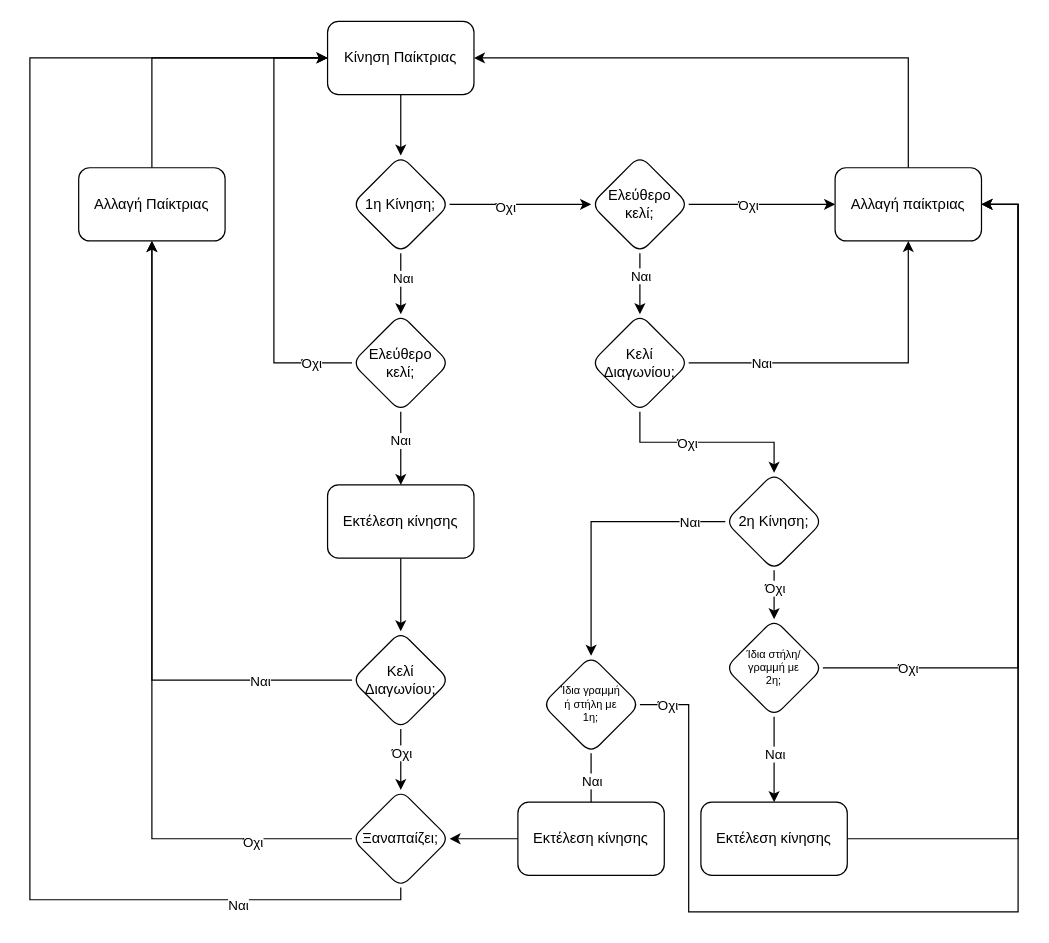
zisissour/CEID-Algorithmic-Game-Theory-2023 keeps this draw.io diagram as Exercise 1/Flowcharts/Ex_1_Part_1_flowchart.drawio. Above is the earlier version. Source tidied: cells renumbered, new cells numbered last; positions are measured from the earlier drawing's top-left corner, leaving out a move shared by most shapes. Both pictures are drawn from the tidied source at 122%, with x=0, y=0 at pixel (29, 21).
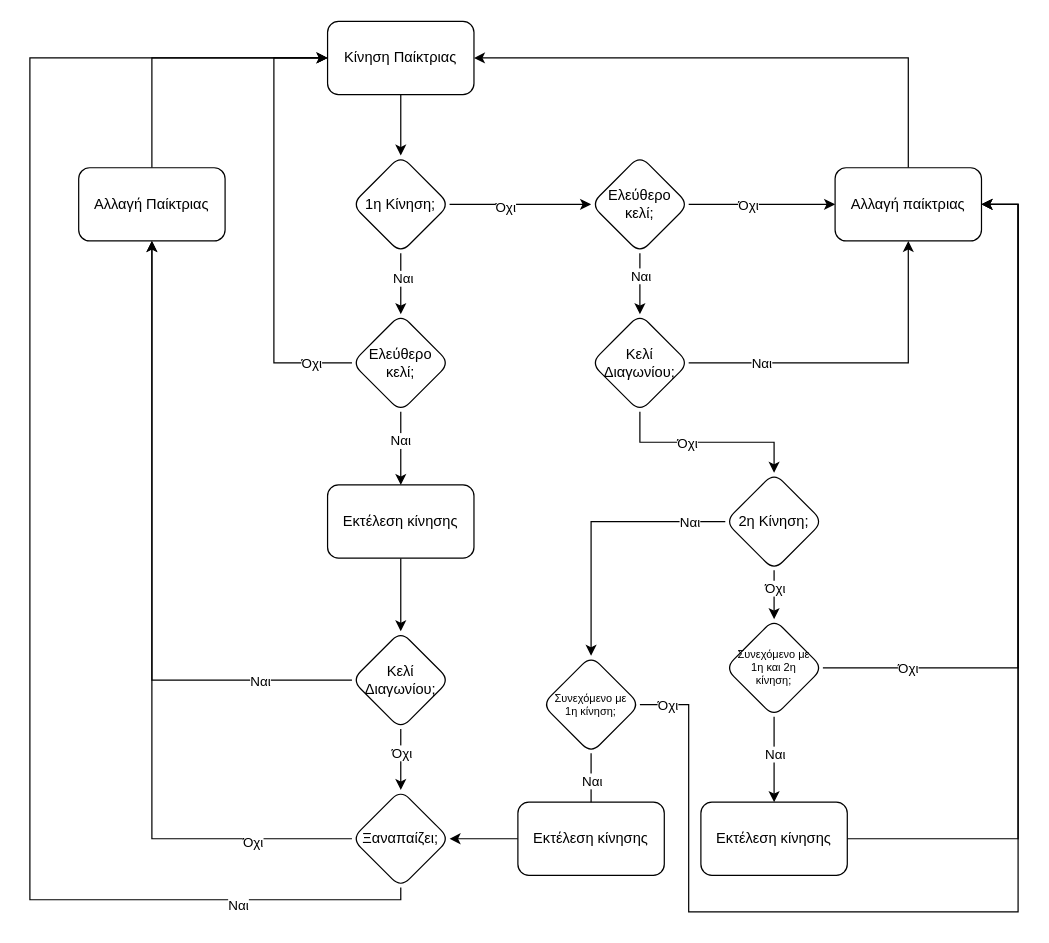
The same page after the edit.

Diff of the diagram source:
```diff
@@
-    <mxCell id="49" value="&lt;div style=&quot;font-size: 9px;&quot;&gt;&lt;font style=&quot;font-size: 9px;&quot;&gt;Ίδια γραμμή&lt;/font&gt;&lt;/div&gt;&lt;div style=&quot;font-size: 9px;&quot;&gt;&lt;font style=&quot;font-size: 9px;&quot;&gt;ή στήλη με &lt;br style=&quot;font-size: 9px;&quot;&gt;&lt;/font&gt;&lt;/div&gt;&lt;div style=&quot;font-size: 9px;&quot;&gt;&lt;font style=&quot;font-size: 9px;&quot;&gt;1η;&lt;font style=&quot;font-size: 9px;&quot;&gt;&lt;font style=&quot;font-size: 9px;&quot;&gt;&lt;br style=&quot;font-size: 9px;&quot;&gt;&lt;/font&gt;&lt;/font&gt;&lt;/font&gt;&lt;/div&gt;" style="rhombus;whiteSpace=wrap;html=1;rounded=1;fontSize=9;" parent="1" vertex="1">
+    <mxCell id="49" value="&lt;div&gt;Συνεχόμενο με&lt;/div&gt;&lt;div&gt;1η κίνηση;&lt;br&gt;&lt;/div&gt;" style="rhombus;whiteSpace=wrap;html=1;rounded=1;fontSize=9;" parent="1" vertex="1">
       <mxGeometry x="420" y="520" width="80" height="80" as="geometry" />
     </mxCell>
@@
-    <mxCell id="56" value="&lt;div style=&quot;font-size: 9px;&quot;&gt;&lt;font style=&quot;font-size: 9px;&quot;&gt;Ίδια στήλη/&lt;/font&gt;&lt;/div&gt;&lt;div style=&quot;font-size: 9px;&quot;&gt;&lt;font style=&quot;font-size: 9px;&quot;&gt;γραμμή με&lt;/font&gt;&lt;/div&gt;&lt;div style=&quot;font-size: 9px;&quot;&gt;&lt;font style=&quot;font-size: 9px;&quot;&gt;2η;&lt;/font&gt;&lt;br style=&quot;font-size: 9px;&quot;&gt;&lt;/div&gt;" style="rhombus;whiteSpace=wrap;html=1;rounded=1;fontSize=9;" parent="1" vertex="1">
+    <mxCell id="56" value="&lt;div&gt;Συνεχόμενο με&lt;/div&gt;&lt;div&gt;1η και 2η&lt;/div&gt;&lt;div&gt;κίνηση;&lt;br&gt;&lt;/div&gt;" style="rhombus;whiteSpace=wrap;html=1;rounded=1;fontSize=9;" parent="1" vertex="1">
       <mxGeometry x="570" y="490" width="80" height="80" as="geometry" />
     </mxCell>
```
